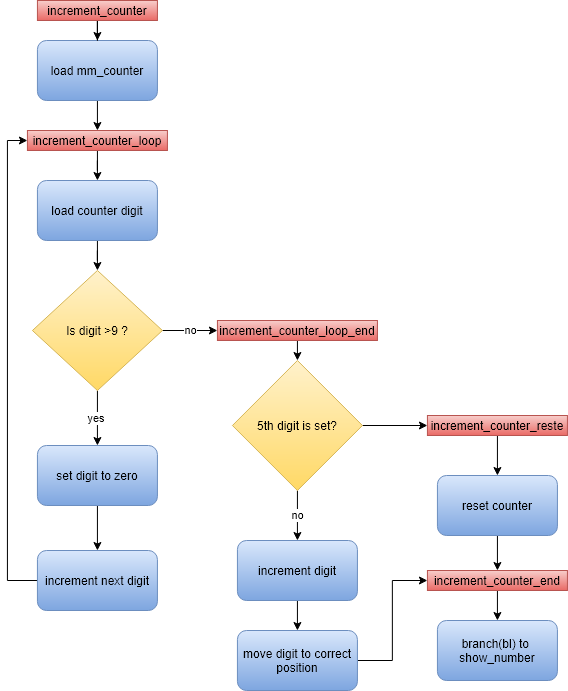
DerToaster98/SysProgTIT18 keeps this draw.io diagram as diagrams/export/Programmablauf_increment_counter.png. Above is the earlier version. Source tidied: cells renumbered, new cells last; positions are measured from the earlier drawing's top-left corner, leaving out a move shared by most shapes.
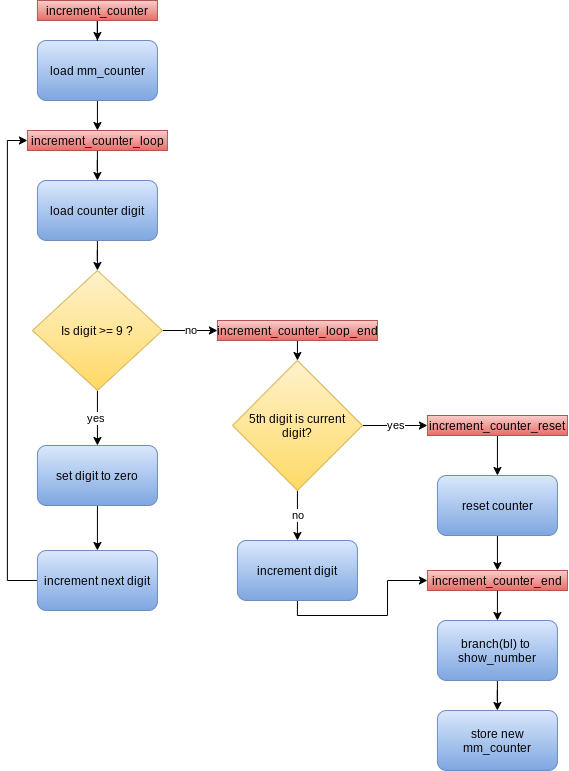
After the change.

Diff of the diagram source:
```diff
@@ -32,7 +32,7 @@
     <mxCell id="11" value="yes&amp;nbsp;" style="edgeStyle=orthogonalEdgeStyle;rounded=0;jettySize=auto;html=1;entryX=0.5;entryY=0;entryDx=0;entryDy=0;" parent="1" edge="1" source="12" target="18">
       <mxGeometry relative="1" as="geometry" />
     </mxCell>
-    <mxCell id="12" value="Is digit &amp;gt;9 ?" style="rhombus;whiteSpace=wrap;html=1;gradientColor=#ffd966;fillColor=#fff2cc;strokeColor=#d6b656;" parent="1" vertex="1">
+    <mxCell id="12" value="Is digit &amp;gt;= 9 ?" style="rhombus;whiteSpace=wrap;html=1;gradientColor=#ffd966;fillColor=#fff2cc;strokeColor=#d6b656;" parent="1" vertex="1">
       <mxGeometry x="24.9" y="270" width="130" height="120" as="geometry" />
     </mxCell>
     <mxCell id="13" style="edgeStyle=orthogonalEdgeStyle;rounded=0;jettySize=auto;html=1;exitX=0.5;exitY=1;exitDx=0;exitDy=0;entryX=0.5;entryY=0;entryDx=0;entryDy=0;" parent="1" edge="1" source="14" target="25">
@@ -58,31 +58,31 @@
     <mxCell id="18" value="set digit to zero" style="rounded=1;whiteSpace=wrap;html=1;gradientColor=#7ea6e0;fillColor=#dae8fc;strokeColor=#6c8ebf;" parent="1" vertex="1">
       <mxGeometry x="29.9" y="445" width="120" height="60" as="geometry" />
     </mxCell>
-    <mxCell id="19" style="edgeStyle=orthogonalEdgeStyle;rounded=0;jettySize=auto;html=1;exitX=0.5;exitY=1;exitDx=0;exitDy=0;entryX=0.5;entryY=0;entryDx=0;entryDy=0;" parent="1" edge="1" source="20" target="22">
-      <mxGeometry relative="1" as="geometry" />
+    <mxCell id="19" style="edgeStyle=orthogonalEdgeStyle;rounded=0;jettySize=auto;html=1;exitX=0.5;exitY=1;exitDx=0;exitDy=0;entryX=0;entryY=0.5;entryDx=0;entryDy=0;" parent="1" edge="1" source="20" target="29">
+      <mxGeometry relative="1" as="geometry">
+        <Array as="points">
+          <mxPoint x="290" y="615" />
+          <mxPoint x="380" y="615" />
+          <mxPoint x="380" y="580" />
+        </Array>
+      </mxGeometry>
     </mxCell>
     <mxCell id="20" value="increment digit" style="rounded=1;whiteSpace=wrap;html=1;gradientColor=#7ea6e0;fillColor=#dae8fc;strokeColor=#6c8ebf;" parent="1" vertex="1">
       <mxGeometry x="229.9" y="540" width="120" height="60" as="geometry" />
     </mxCell>
-    <mxCell id="21" style="edgeStyle=orthogonalEdgeStyle;rounded=0;jettySize=auto;html=1;entryX=0;entryY=0.5;entryDx=0;entryDy=0;" parent="1" edge="1" source="22" target="29">
-      <mxGeometry relative="1" as="geometry" />
-    </mxCell>
-    <mxCell id="22" value="move digit to correct position" style="rounded=1;whiteSpace=wrap;html=1;gradientColor=#7ea6e0;fillColor=#dae8fc;strokeColor=#6c8ebf;" parent="1" vertex="1">
-      <mxGeometry x="229.9" y="630" width="120" height="60" as="geometry" />
-    </mxCell>
     <mxCell id="23" value="no" style="edgeStyle=orthogonalEdgeStyle;rounded=0;jettySize=auto;html=1;exitX=0.5;exitY=1;exitDx=0;exitDy=0;entryX=0.5;entryY=0;entryDx=0;entryDy=0;" parent="1" edge="1" source="25" target="20">
       <mxGeometry relative="1" as="geometry" />
     </mxCell>
-    <mxCell id="24" style="edgeStyle=orthogonalEdgeStyle;rounded=0;jettySize=auto;html=1;exitX=1;exitY=0.5;exitDx=0;exitDy=0;entryX=0;entryY=0.5;entryDx=0;entryDy=0;" parent="1" edge="1" source="25" target="27">
+    <mxCell id="24" value="yes" style="edgeStyle=orthogonalEdgeStyle;rounded=0;jettySize=auto;html=1;exitX=1;exitY=0.5;exitDx=0;exitDy=0;entryX=0;entryY=0.5;entryDx=0;entryDy=0;" parent="1" edge="1" source="25" target="27">
       <mxGeometry relative="1" as="geometry" />
     </mxCell>
-    <mxCell id="25" value="5th digit is set?" style="rhombus;whiteSpace=wrap;html=1;gradientColor=#ffd966;fillColor=#fff2cc;strokeColor=#d6b656;" parent="1" vertex="1">
+    <mxCell id="25" value="5th digit is current digit?" style="rhombus;whiteSpace=wrap;html=1;gradientColor=#ffd966;fillColor=#fff2cc;strokeColor=#d6b656;" parent="1" vertex="1">
       <mxGeometry x="224.9" y="360" width="130" height="130" as="geometry" />
     </mxCell>
     <mxCell id="26" style="edgeStyle=orthogonalEdgeStyle;rounded=0;jettySize=auto;html=1;entryX=0.5;entryY=0;entryDx=0;entryDy=0;" parent="1" edge="1" source="27" target="31">
       <mxGeometry relative="1" as="geometry" />
     </mxCell>
-    <mxCell id="27" value="increment_counter_reste" style="text;html=1;strokeColor=#b85450;fillColor=#f8cecc;align=center;verticalAlign=middle;whiteSpace=wrap;rounded=0;gradientColor=#ea6b66;" parent="1" vertex="1">
+    <mxCell id="27" value="increment_counter_reset" style="text;html=1;strokeColor=#b85450;fillColor=#f8cecc;align=center;verticalAlign=middle;whiteSpace=wrap;rounded=0;gradientColor=#ea6b66;" parent="1" vertex="1">
       <mxGeometry x="419.9" y="415" width="140" height="20" as="geometry" />
     </mxCell>
     <mxCell id="28" style="edgeStyle=orthogonalEdgeStyle;rounded=0;jettySize=auto;html=1;exitX=0.5;exitY=1;exitDx=0;exitDy=0;entryX=0.5;entryY=0;entryDx=0;entryDy=0;" parent="1" edge="1" source="29" target="32">
@@ -97,8 +97,14 @@
     <mxCell id="31" value="reset counter" style="rounded=1;whiteSpace=wrap;html=1;gradientColor=#7ea6e0;fillColor=#dae8fc;strokeColor=#6c8ebf;" parent="1" vertex="1">
       <mxGeometry x="429.9" y="475" width="120" height="60" as="geometry" />
     </mxCell>
+    <mxCell id="33" style="edgeStyle=orthogonalEdgeStyle;rounded=0;jettySize=auto;html=1;" parent="1" edge="1" source="32" target="34">
+      <mxGeometry relative="1" as="geometry" />
+    </mxCell>
     <mxCell id="32" value="branch(bl) to&amp;nbsp;&lt;br&gt;show_number" style="rounded=1;whiteSpace=wrap;html=1;gradientColor=#7ea6e0;fillColor=#dae8fc;strokeColor=#6c8ebf;" parent="1" vertex="1">
       <mxGeometry x="429.9" y="620" width="120" height="60" as="geometry" />
     </mxCell>
+    <mxCell id="34" value="store new mm_counter" style="rounded=1;whiteSpace=wrap;html=1;gradientColor=#7ea6e0;fillColor=#dae8fc;strokeColor=#6c8ebf;" parent="1" vertex="1">
+      <mxGeometry x="429.9" y="710" width="120" height="60" as="geometry" />
+    </mxCell>
   </root>
 </mxGraphModel>
```
